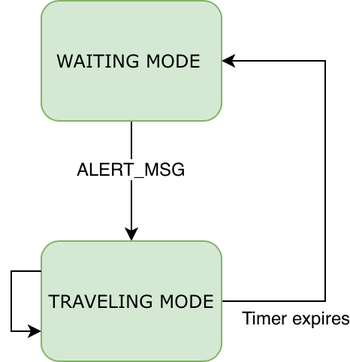
Earlier version of the draw.io export doc/resources/truck_state_chart.png (fabiocody/CodiglioniNicheliniIoT). Source tidied: cells renumbered, new cells last; positions are measured from the earlier drawing's top-left corner, leaving out a move shared by most shapes.
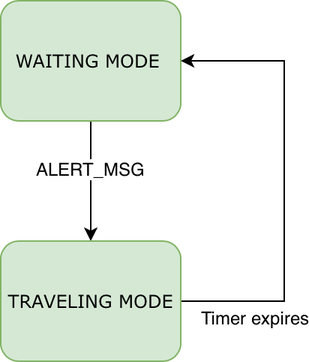
The same diagram one commit later.

Commit message:
Update truck FSM

Diff of the diagram source:
```diff
@@ -27,13 +27,5 @@
     <mxCell id="7" value="TRAVELING MODE" style="rounded=1;whiteSpace=wrap;html=1;shadow=0;labelBackgroundColor=none;strokeWidth=1;fontFamily=Verdana;fontSize=12;align=center;fillColor=#d5e8d4;strokeColor=#82b366;" parent="1" vertex="1">
       <mxGeometry x="20" y="160" width="120" height="80" as="geometry" />
     </mxCell>
-    <mxCell id="8" style="edgeStyle=orthogonalEdgeStyle;rounded=0;orthogonalLoop=1;jettySize=auto;html=1;exitX=0;exitY=0.25;exitDx=0;exitDy=0;entryX=0;entryY=0.75;entryDx=0;entryDy=0;" parent="1" edge="1" source="7" target="7">
-      <mxGeometry relative="1" as="geometry">
-        <Array as="points">
-          <mxPoint y="180" />
-          <mxPoint y="220" />
-        </Array>
-      </mxGeometry>
-    </mxCell>
   </root>
 </mxGraphModel>
```
